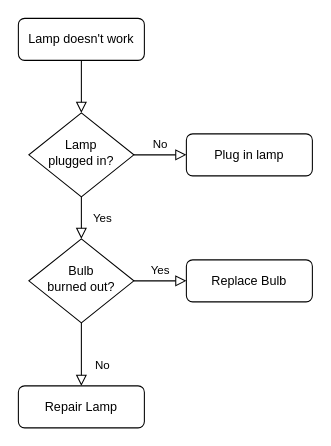
Above: weblate/用户登录流程.drawio in weijiang1994/draw-io (draw.io), before the change. Source tidied: cells renumbered, new cells numbered last; positions are measured from the earlier drawing's top-left corner, leaving out a move shared by most shapes. Both pictures are drawn from the tidied source at 105%, with x=0, y=0 at pixel (18, 18).
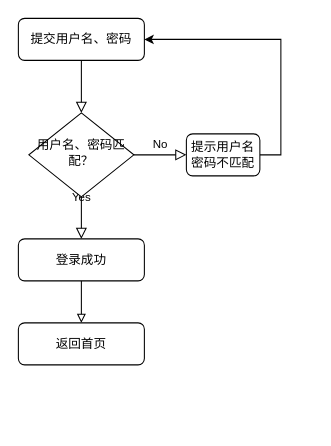
The same diagram, later.

Commit message:
更新用户登录流程.drawio

Diff of the diagram source:
```diff
@@
 <mxGraphModel>
   <root>
     <mxCell id="0" />
     <mxCell id="1" parent="0" />
     <mxCell id="2" style="rounded=0;html=1;jettySize=auto;fontSize=11;endArrow=block;endFill=0;endSize=8;strokeWidth=1;shadow=0;labelBackgroundColor=none;edgeStyle=orthogonalEdgeStyle;" parent="1" edge="1" source="3" target="6">
       <mxGeometry relative="1" as="geometry" />
     </mxCell>
-    <mxCell id="3" value="Lamp doesn't work" style="rounded=1;whiteSpace=wrap;html=1;fontSize=12;glass=0;strokeWidth=1;shadow=0;" parent="1" vertex="1">
+    <mxCell id="3" value="提交用户名、密码" style="rounded=1;whiteSpace=wrap;html=1;fontSize=12;glass=0;strokeWidth=1;shadow=0;" parent="1" vertex="1">
       <mxGeometry width="120" height="40" as="geometry" />
     </mxCell>
-    <mxCell id="4" value="Yes" style="rounded=0;html=1;jettySize=auto;fontSize=11;endArrow=block;endFill=0;endSize=8;strokeWidth=1;shadow=0;labelBackgroundColor=none;edgeStyle=orthogonalEdgeStyle;" parent="1" edge="1" source="6" target="10">
-      <mxGeometry y="20" relative="1" as="geometry" />
+    <mxCell id="4" value="Yes" style="rounded=0;html=1;jettySize=auto;fontSize=11;endArrow=block;endFill=0;endSize=8;strokeWidth=1;shadow=0;labelBackgroundColor=none;edgeStyle=orthogonalEdgeStyle;" parent="1" edge="1" source="6">
+      <mxGeometry y="20" relative="1" as="geometry">
+        <mxPoint x="60" y="210" as="targetPoint" />
+      </mxGeometry>
     </mxCell>
     <mxCell id="5" value="No" style="edgeStyle=orthogonalEdgeStyle;rounded=0;html=1;jettySize=auto;fontSize=11;endArrow=block;endFill=0;endSize=8;strokeWidth=1;shadow=0;labelBackgroundColor=none;" parent="1" edge="1" source="6" target="7">
       <mxGeometry y="10" relative="1" as="geometry" />
     </mxCell>
-    <mxCell id="6" value="Lamp&lt;br&gt;plugged in?" style="rhombus;whiteSpace=wrap;html=1;shadow=0;fontFamily=Helvetica;fontSize=12;align=center;strokeWidth=1;spacing=6;spacingTop=-4;" parent="1" vertex="1">
+    <mxCell id="6" value="用户名、密码匹配？" style="rhombus;whiteSpace=wrap;html=1;shadow=0;fontFamily=Helvetica;fontSize=12;align=center;strokeWidth=1;spacing=6;spacingTop=-4;" parent="1" vertex="1">
       <mxGeometry x="10" y="90" width="100" height="80" as="geometry" />
     </mxCell>
+    <mxCell id="13" style="edgeStyle=orthogonalEdgeStyle;rounded=0;jettySize=auto;html=1;exitX=1;exitY=0.5;exitDx=0;exitDy=0;entryX=1;entryY=0.5;entryDx=0;entryDy=0;" parent="1" edge="1" source="7" target="3">
+      <mxGeometry relative="1" as="geometry" />
+    </mxCell>
-    <mxCell id="7" value="Plug in lamp" style="rounded=1;whiteSpace=wrap;html=1;fontSize=12;glass=0;strokeWidth=1;shadow=0;" parent="1" vertex="1">
-      <mxGeometry x="160" y="110" width="120" height="40" as="geometry" />
+    <mxCell id="7" value="提示用户名密码不匹配" style="rounded=1;whiteSpace=wrap;html=1;fontSize=12;glass=0;strokeWidth=1;shadow=0;" parent="1" vertex="1">
+      <mxGeometry x="160" y="110" width="70" height="40" as="geometry" />
     </mxCell>
-    <mxCell id="8" value="No" style="rounded=0;html=1;jettySize=auto;fontSize=11;endArrow=block;endFill=0;endSize=8;strokeWidth=1;shadow=0;labelBackgroundColor=none;edgeStyle=orthogonalEdgeStyle;" parent="1" edge="1" source="10" target="11">
-      <mxGeometry x="0.33" y="20" relative="1" as="geometry" />
-    </mxCell>
-    <mxCell id="9" value="Yes" style="edgeStyle=orthogonalEdgeStyle;rounded=0;html=1;jettySize=auto;fontSize=11;endArrow=block;endFill=0;endSize=8;strokeWidth=1;shadow=0;labelBackgroundColor=none;" parent="1" edge="1" source="10" target="12">
-      <mxGeometry y="10" relative="1" as="geometry" />
-    </mxCell>
-    <mxCell id="10" value="Bulb&lt;br&gt;burned out?" style="rhombus;whiteSpace=wrap;html=1;shadow=0;fontFamily=Helvetica;fontSize=12;align=center;strokeWidth=1;spacing=6;spacingTop=-4;" parent="1" vertex="1">
-      <mxGeometry x="10" y="210" width="100" height="80" as="geometry" />
-    </mxCell>
-    <mxCell id="11" value="Repair Lamp" style="rounded=1;whiteSpace=wrap;html=1;fontSize=12;glass=0;strokeWidth=1;shadow=0;" parent="1" vertex="1">
-      <mxGeometry y="350" width="120" height="40" as="geometry" />
-    </mxCell>
-    <mxCell id="12" value="Replace Bulb" style="rounded=1;whiteSpace=wrap;html=1;fontSize=12;glass=0;strokeWidth=1;shadow=0;" parent="1" vertex="1">
-      <mxGeometry x="160" y="230" width="120" height="40" as="geometry" />
-    </mxCell>
+    <mxCell id="14" style="edgeStyle=orthogonalEdgeStyle;rounded=0;jettySize=auto;html=1;exitX=0.5;exitY=1;exitDx=0;exitDy=0;endArrow=block;endFill=0;" parent="1" edge="1" source="15" target="16">
+      <mxGeometry relative="1" as="geometry" />
+    </mxCell>
+    <mxCell id="15" value="登录成功" style="rounded=1;whiteSpace=wrap;html=1;fontSize=12;glass=0;strokeWidth=1;shadow=0;" parent="1" vertex="1">
+      <mxGeometry y="210" width="120" height="40" as="geometry" />
+    </mxCell>
+    <mxCell id="16" value="返回首页" style="rounded=1;whiteSpace=wrap;html=1;fontSize=12;glass=0;strokeWidth=1;shadow=0;" parent="1" vertex="1">
+      <mxGeometry y="290" width="120" height="40" as="geometry" />
+    </mxCell>
   </root>
 </mxGraphModel>
```
